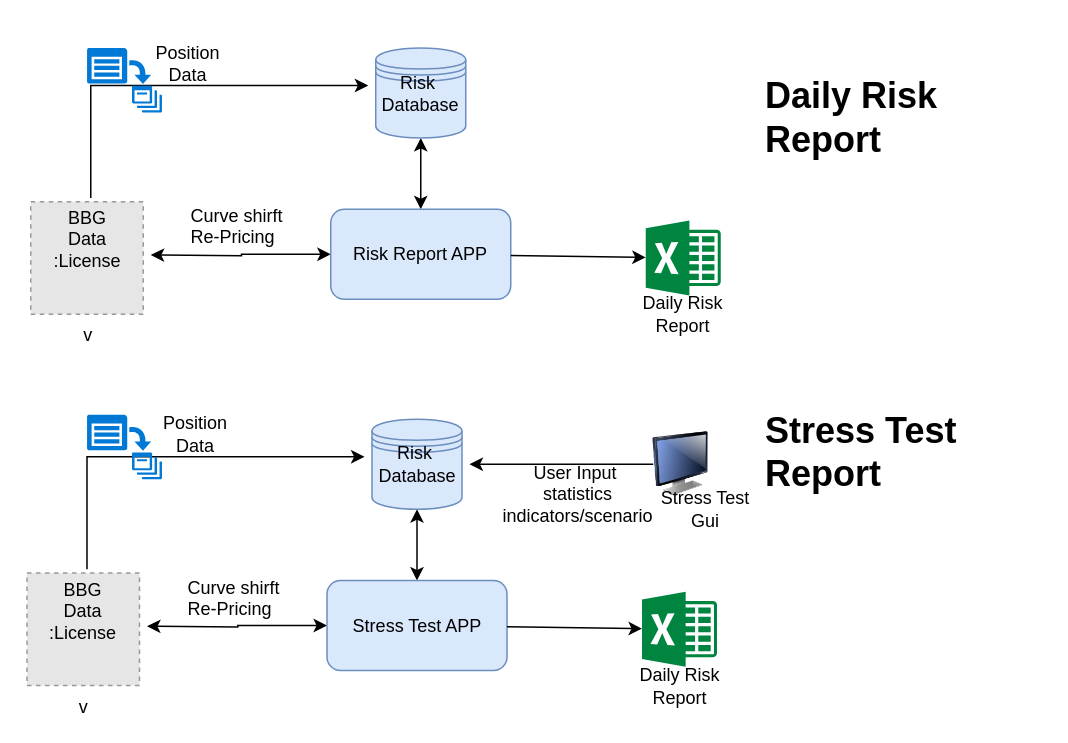
Above: marketrisk.drawio in michaelyzq/Python-Microservice-Template (draw.io), before the change. Source tidied: cells renumbered, new cells numbered last; positions are measured from the earlier drawing's top-left corner, leaving out a move shared by most shapes. Both pictures are drawn from the tidied source at 150%, with x=0, y=0 at pixel (26, 46). Pictures stored in the file or linked from it are replaced by grey dashed boxes.
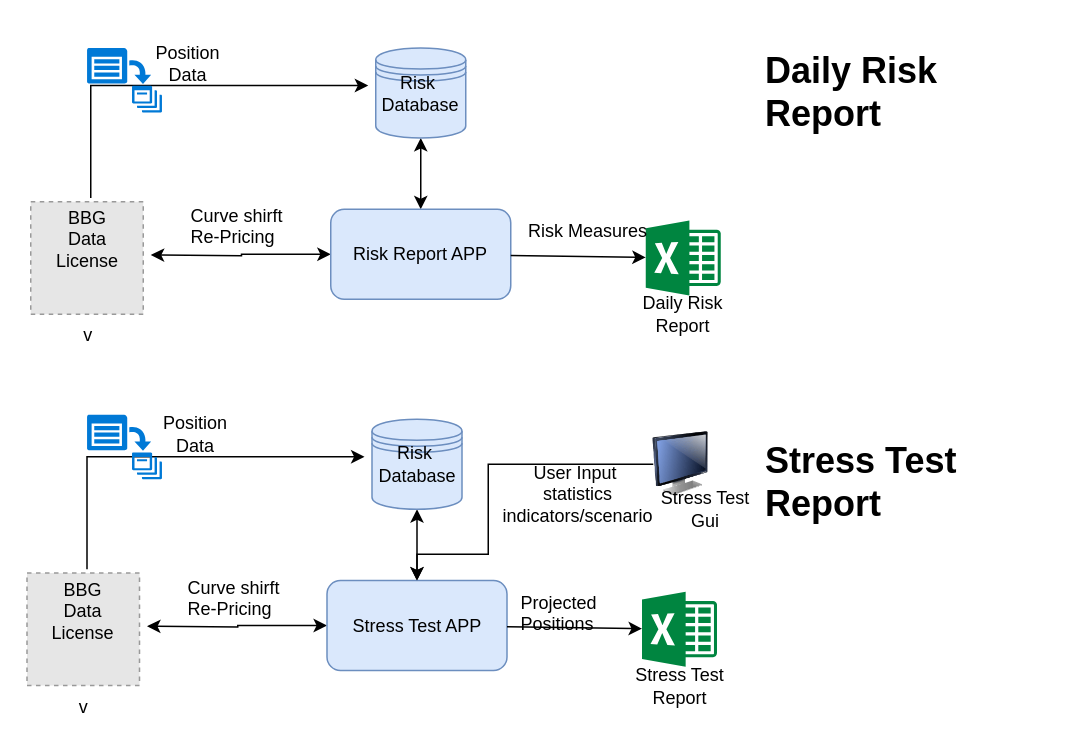
The same page after the edit.

The change refers to these unchanged cells:
```xml
<mxCell id="20" value="Stress Test APP" style="rounded=1;whiteSpace=wrap;html=1;fillColor=#dae8fc;strokeColor=#6c8ebf;" parent="1" vertex="1">
  <mxGeometry x="200.5" y="355.5" width="120" height="60" as="geometry" />
</mxCell>
<mxCell id="23" value="Risk&amp;nbsp;&lt;br&gt;Database&lt;br&gt;" style="text;html=1;strokeColor=none;fillColor=none;align=center;verticalAlign=middle;whiteSpace=wrap;rounded=0;" parent="1" vertex="1">
  <mxGeometry x="225.5" y="268" width="70" height="20" as="geometry" />
</mxCell>
<mxCell id="31" style="image;html=1;labelBackgroundColor=#ffffff;image=img/lib/clip_art/computers/Monitor_128x128.png;" parent="1" vertex="1">
  <mxGeometry x="418" y="248" width="37" height="60" as="geometry" />
</mxCell>
```

Change to the diagram source:
```diff
@@
-    <mxCell id="11" value="BBG&lt;br&gt;Data :License&lt;br&gt;" style="text;html=1;strokeColor=none;fillColor=none;align=center;verticalAlign=middle;whiteSpace=wrap;rounded=0;" parent="1" vertex="1">
+    <mxCell id="11" value="BBG&lt;br&gt;Data License&lt;br&gt;" style="text;html=1;strokeColor=none;fillColor=none;align=center;verticalAlign=middle;whiteSpace=wrap;rounded=0;" parent="1" vertex="1">
       <mxGeometry x="5.5" y="118" width="70" height="20" as="geometry" />
     </mxCell>
@@
-    <mxCell id="21" value="Daily Risk Report" style="text;html=1;strokeColor=none;fillColor=none;align=center;verticalAlign=middle;whiteSpace=wrap;rounded=0;" parent="1" vertex="1">
+    <mxCell id="21" value="Stress Test Report" style="text;html=1;strokeColor=none;fillColor=none;align=center;verticalAlign=middle;whiteSpace=wrap;rounded=0;" parent="1" vertex="1">
       <mxGeometry x="400.5" y="415.5" width="70" height="20" as="geometry" />
     </mxCell>
@@
-    <mxCell id="25" value="BBG&lt;br&gt;Data :License&lt;br&gt;" style="text;html=1;strokeColor=none;fillColor=none;align=center;verticalAlign=middle;whiteSpace=wrap;rounded=0;" parent="1" vertex="1">
+    <mxCell id="25" value="BBG&lt;br&gt;Data License&lt;br&gt;" style="text;html=1;strokeColor=none;fillColor=none;align=center;verticalAlign=middle;whiteSpace=wrap;rounded=0;" parent="1" vertex="1">
       <mxGeometry x="3" y="365.5" width="70" height="20" as="geometry" />
     </mxCell>
@@
-    <mxCell id="30" style="edgeStyle=orthogonalEdgeStyle;rounded=0;jettySize=auto;html=1;startArrow=none;startFill=0;endArrow=classic;endFill=1;" parent="1" edge="1" source="31" target="23">
-      <mxGeometry relative="1" as="geometry" />
+    <mxCell id="30" style="edgeStyle=orthogonalEdgeStyle;rounded=0;jettySize=auto;html=1;startArrow=none;startFill=0;endArrow=classic;endFill=1;entryX=0.5;entryY=0;entryDx=0;entryDy=0;" parent="1" edge="1" source="31" target="20">
+      <mxGeometry relative="1" as="geometry">
+        <Array as="points">
+          <mxPoint x="308" y="278" />
+          <mxPoint x="308" y="338" />
+          <mxPoint x="261" y="338" />
+        </Array>
+      </mxGeometry>
     </mxCell>
@@
     <mxCell id="36" value="&lt;h1&gt;Daily Risk Report&lt;/h1&gt;&lt;p&gt;&lt;br&gt;&lt;/p&gt;" style="text;html=1;strokeColor=none;fillColor=none;spacing=5;spacingTop=-20;whiteSpace=wrap;overflow=hidden;rounded=0;" parent="1" vertex="1">
-      <mxGeometry x="488" y="13" width="190" height="120" as="geometry" />
+      <mxGeometry x="488" y="-4.5" width="190" height="120" as="geometry" />
     </mxCell>
     <mxCell id="37" value="&lt;h1&gt;&lt;font style=&quot;font-size: 24px&quot;&gt;Stress Test Report&amp;nbsp;&lt;/font&gt;&lt;/h1&gt;&lt;div style=&quot;font-size: 24px&quot;&gt;&lt;br&gt;&lt;/div&gt;" style="text;html=1;strokeColor=none;fillColor=none;spacing=5;spacingTop=-20;whiteSpace=wrap;overflow=hidden;rounded=0;" parent="1" vertex="1">
-      <mxGeometry x="488" y="235.5" width="190" height="120" as="geometry" />
+      <mxGeometry x="488" y="255.5" width="190" height="120" as="geometry" />
     </mxCell>
+    <mxCell id="38" value="Risk Measures" style="text;html=1;align=left;verticalAlign=top;spacingTop=-4;" parent="1" vertex="1">
+      <mxGeometry x="333" y="113" width="90" height="20" as="geometry" />
+    </mxCell>
+    <mxCell id="39" value="Projected &lt;br&gt;Positions" style="text;html=1;align=left;verticalAlign=top;spacingTop=-4;" parent="1" vertex="1">
+      <mxGeometry x="328" y="360.5" width="70" height="30" as="geometry" />
+    </mxCell>
```
